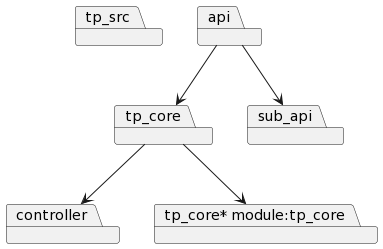
Earlier version of the PlantUML export diagrams/test_project.png (Perlten/Architectural-Lens).
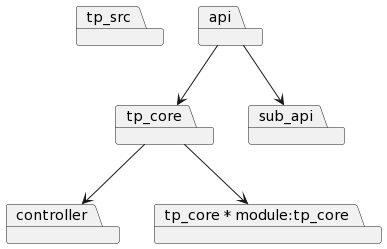
The same file after the commit.

Diff of the diagram source:
```diff
@@ -4,9 +4,9 @@
 package "controller"
 package "tp_core"
 package "sub_api"
-package "tp_core* module:tp_core"
+package "tp_core * module:tp_core"
 "api"-->"tp_core"
 "api"-->"sub_api"
-"tp_core"-->"tp_core* module:tp_core"
+"tp_core"-->"tp_core * module:tp_core"
 "tp_core"-->"controller"
 @enduml
```
